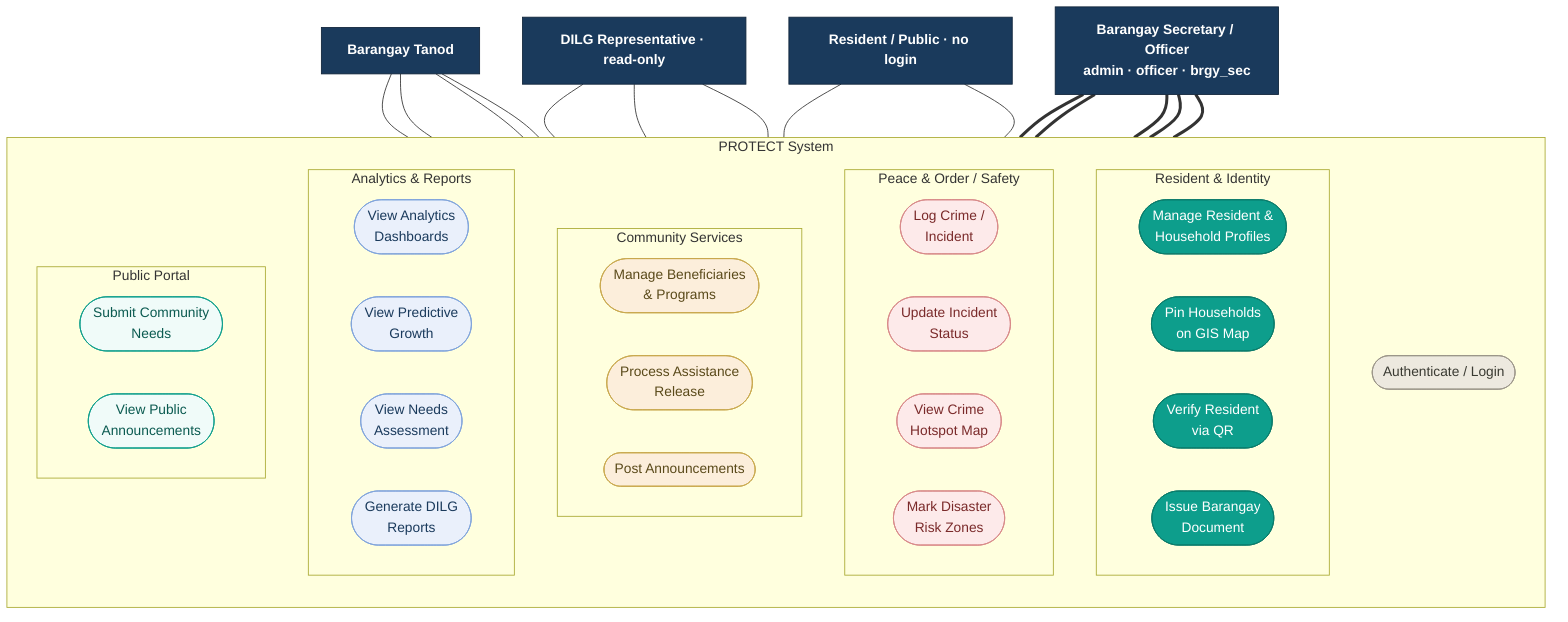
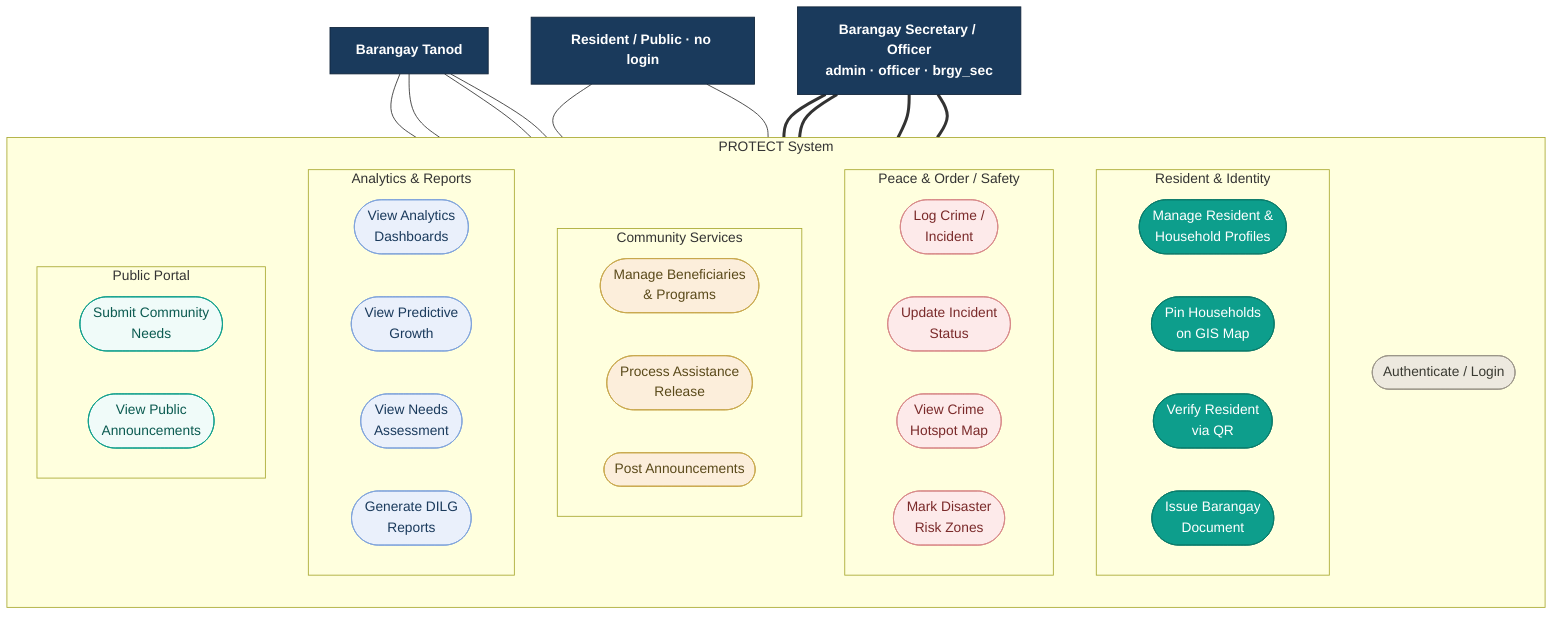
flowchart TB
    %% ===== Actors (top row) =====
    Sec[" Barangay Secretary / Officer<br/>admin · officer · brgy_sec"]
    Tanod[" Barangay Tanod"]
-     DILG[" DILG Representative · read-only"]
    Res[" Resident / Public · no login"]

    subgraph SYS[PROTECT System]
      direction TB

      UC_Login(["Authenticate / Login"])

      subgraph G1[Resident & Identity]
        direction LR
        UC_Res(["Manage Resident &<br/>Household Profiles"])
        UC_GIS(["Pin Households<br/>on GIS Map"])
        UC_QR(["Verify Resident<br/>via QR"])
        UC_Doc(["Issue Barangay<br/>Document"])
      end

      subgraph G3[Peace & Order / Safety]
        direction LR
        UC_Log(["Log Crime /<br/>Incident"])
        UC_Stat(["Update Incident<br/>Status"])
        UC_Hot(["View Crime<br/>Hotspot Map"])
        UC_Dis(["Mark Disaster<br/>Risk Zones"])
      end

      subgraph G2[Community Services]
        direction LR
        UC_Ben(["Manage Beneficiaries<br/>& Programs"])
        UC_Aid(["Process Assistance<br/>Release"])
        UC_Ann(["Post Announcements"])
      end

      subgraph G4[Analytics & Reports]
        direction LR
        UC_Ana(["View Analytics<br/>Dashboards"])
        UC_Pred(["View Predictive<br/>Growth"])
        UC_Needs(["View Needs<br/>Assessment"])
        UC_Rep(["Generate DILG<br/>Reports"])
      end

      subgraph G5[Public Portal]
        direction LR
        UC_Submit(["Submit Community<br/>Needs"])
        UC_PubAnn(["View Public<br/>Announcements"])
      end
    end

    %% ===== Secretary / Officer — full access (whole groups) =====
    Sec === UC_Login
    Sec === G1
    Sec === G2
    Sec === G3
    Sec === G4

    %% ===== Tanod — peace & order only =====
    Tanod --- UC_Login
    Tanod --- UC_Log
    Tanod --- UC_Stat
    Tanod --- UC_Hot

-     %% ===== DILG Rep — read-only review =====
-     DILG --- UC_Login
-     DILG --- UC_Rep
-     DILG --- UC_Needs
- 
    %% ===== Resident / Public — no login =====
    Res --- UC_Submit
    Res --- UC_PubAnn

    %% ===== Styling =====
    classDef actor fill:#1A3A5C,stroke:#10243a,color:#fff,font-weight:bold;
    classDef resident fill:#0D9E8C,stroke:#0a7a6a,color:#fff;
    classDef community fill:#FCEEDB,stroke:#C9A84C,color:#5A4A1A;
    classDef safety fill:#FDEAEA,stroke:#D88888,color:#7A2A2A;
    classDef analytics fill:#EAF0FB,stroke:#7FA3DB,color:#1A3A5C;
    classDef auth fill:#EDE9DF,stroke:#9A9488,color:#3A3A32;
    classDef public fill:#F0FBF9,stroke:#0D9E8C,color:#0a5a50;

-     class Sec,Tanod,DILG,Res actor;
+     class Sec,Tanod,Res actor;
    class UC_Login auth;
    class UC_Res,UC_GIS,UC_QR,UC_Doc resident;
    class UC_Ben,UC_Aid,UC_Ann community;
    class UC_Log,UC_Stat,UC_Hot,UC_Dis safety;
    class UC_Ana,UC_Pred,UC_Needs,UC_Rep analytics;
    class UC_Submit,UC_PubAnn public;
